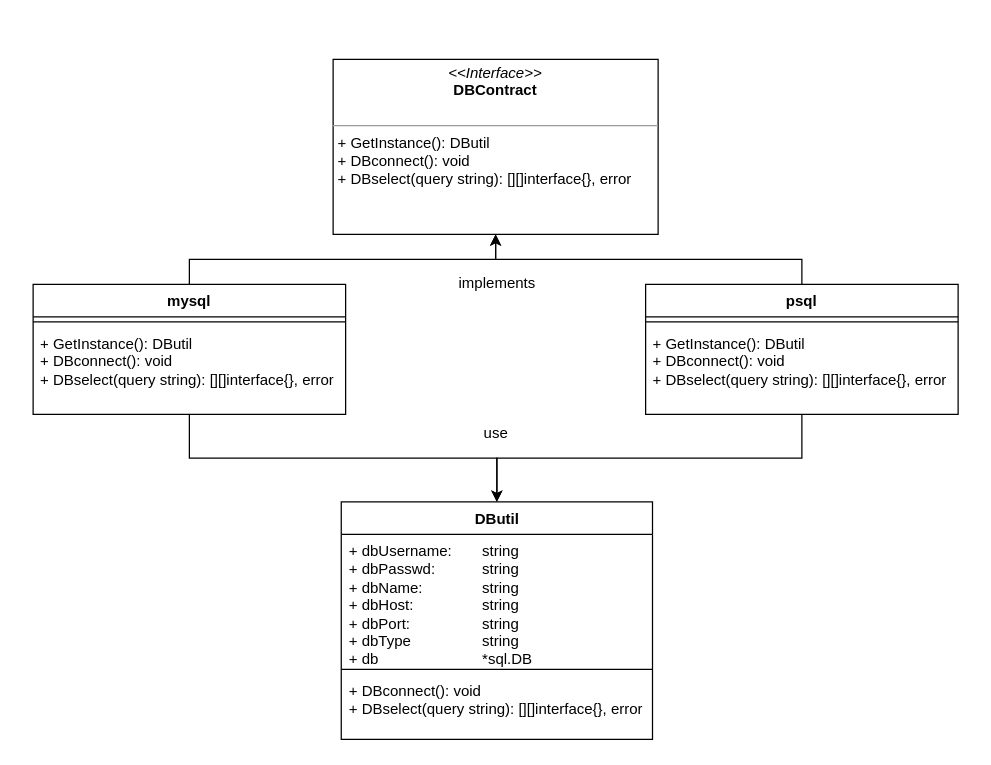
The draw.io diagram db-go.drawio in zukigit/design_structures, before the edit. Source tidied: cells renumbered, new cells numbered last; positions are measured from the earlier drawing's top-left corner, leaving out a move shared by most shapes. Both pictures are drawn from the tidied source at 125%, with x=0, y=0 at pixel (32, 59).
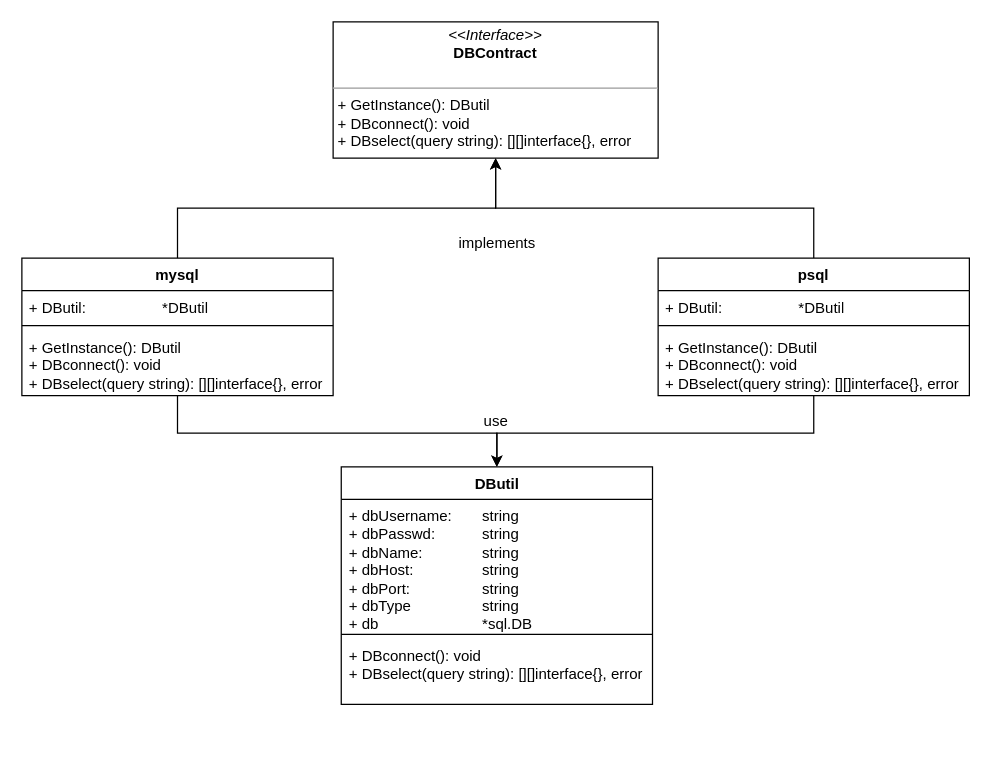
The same page after the edit.

The edit, as a diff of the source:
```diff
@@
-    <mxCell id="2" style="edgeStyle=orthogonalEdgeStyle;rounded=0;jettySize=auto;html=1;" parent="1" edge="1" source="4" target="7">
-      <mxGeometry relative="1" as="geometry" />
-    </mxCell>
-    <mxCell id="3" style="edgeStyle=orthogonalEdgeStyle;rounded=0;jettySize=auto;html=1;entryX=0.5;entryY=0;entryDx=0;entryDy=0;" parent="1" edge="1" source="4" target="14">
-      <mxGeometry relative="1" as="geometry" />
-    </mxCell>
-    <mxCell id="4" value="mysql" style="swimlane;fontStyle=1;align=center;verticalAlign=top;horizontal=1;startSize=26;whiteSpace=wrap;html=1;" parent="1" vertex="1">
-      <mxGeometry y="180" width="250" height="104" as="geometry" />
-    </mxCell>
-    <mxCell id="5" style="line;strokeWidth=1;fillColor=none;align=left;verticalAlign=middle;spacingTop=-1;spacingLeft=3;spacingRight=3;labelPosition=right;strokeColor=inherit;" parent="4" vertex="1">
-      <mxGeometry y="26" width="250" height="8" as="geometry" />
-    </mxCell>
-    <mxCell id="6" value="&lt;div&gt;+ GetInstance(): DButil&lt;/div&gt;&lt;div&gt;+ DBconnect(): void&lt;br&gt;+ DBselect(query string): [][]interface{}, error&lt;/div&gt;" style="text;strokeColor=none;fillColor=none;align=left;verticalAlign=top;spacingLeft=4;spacingRight=4;overflow=hidden;whiteSpace=wrap;html=1;" parent="4" vertex="1">
-      <mxGeometry y="34" width="250" height="70" as="geometry" />
-    </mxCell>
     <mxCell id="7" value="&lt;p style=&quot;margin:0px;margin-top:4px;text-align:center;&quot;&gt;&lt;i&gt;&amp;lt;&amp;lt;Interface&amp;gt;&amp;gt;&lt;/i&gt;&lt;br&gt;&lt;b&gt;DBContract&lt;/b&gt;&lt;/p&gt;&lt;br&gt;&lt;hr size=&quot;1&quot;&gt;&lt;p style=&quot;margin:0px;margin-left:4px;&quot;&gt;+ GetInstance(): DButil&lt;br&gt;&lt;/p&gt;&lt;p style=&quot;margin:0px;margin-left:4px;&quot;&gt;+ DBconnect(): void&lt;br&gt;+ DBselect(query string): [][]interface{}, error&lt;br&gt;&lt;/p&gt;" style="verticalAlign=top;align=left;overflow=fill;fontSize=12;fontFamily=Helvetica;html=1;whiteSpace=wrap;" parent="1" vertex="1">
-      <mxGeometry x="240" width="260" height="140" as="geometry" />
+      <mxGeometry x="240" y="-30" width="260" height="109" as="geometry" />
     </mxCell>
     <mxCell id="8" value="&lt;div&gt;implements&lt;/div&gt;&lt;div&gt;&lt;br&gt;&lt;/div&gt;" style="text;html=1;align=center;verticalAlign=middle;strokeColor=none;fillColor=none;" parent="1" vertex="1">
-      <mxGeometry x="331" y="166" width="80" height="40" as="geometry" />
+      <mxGeometry x="331" y="134" width="80" height="40" as="geometry" />
     </mxCell>
-    <mxCell id="9" style="edgeStyle=orthogonalEdgeStyle;rounded=0;jettySize=auto;html=1;" parent="1" edge="1" source="11" target="7">
-      <mxGeometry relative="1" as="geometry" />
-    </mxCell>
-    <mxCell id="10" style="edgeStyle=orthogonalEdgeStyle;rounded=0;jettySize=auto;html=1;entryX=0.5;entryY=0;entryDx=0;entryDy=0;" parent="1" edge="1" source="11" target="14">
-      <mxGeometry relative="1" as="geometry" />
-    </mxCell>
-    <mxCell id="11" value="psql" style="swimlane;fontStyle=1;align=center;verticalAlign=top;horizontal=1;startSize=26;whiteSpace=wrap;html=1;" parent="1" vertex="1">
-      <mxGeometry x="490" y="180" width="250" height="104" as="geometry" />
-    </mxCell>
-    <mxCell id="12" style="line;strokeWidth=1;fillColor=none;align=left;verticalAlign=middle;spacingTop=-1;spacingLeft=3;spacingRight=3;labelPosition=right;strokeColor=inherit;" parent="11" vertex="1">
-      <mxGeometry y="26" width="250" height="8" as="geometry" />
-    </mxCell>
-    <mxCell id="13" value="&lt;div&gt;+ GetInstance(): DButil&lt;/div&gt;&lt;div&gt;+ DBconnect(): void&lt;br&gt;+ DBselect(query string): [][]interface{}, error&lt;/div&gt;" style="text;strokeColor=none;fillColor=none;align=left;verticalAlign=top;spacingLeft=4;spacingRight=4;overflow=hidden;whiteSpace=wrap;html=1;" parent="11" vertex="1">
-      <mxGeometry y="34" width="250" height="70" as="geometry" />
-    </mxCell>
     <mxCell id="14" value="DButil" style="swimlane;fontStyle=1;align=center;verticalAlign=top;horizontal=1;startSize=26;whiteSpace=wrap;html=1;" parent="1" vertex="1">
-      <mxGeometry x="246.5" y="354" width="249" height="190" as="geometry" />
+      <mxGeometry x="246.5" y="326" width="249" height="190" as="geometry" />
     </mxCell>
@@
     <mxCell id="18" value="&lt;div&gt;use&lt;/div&gt;" style="text;html=1;align=center;verticalAlign=middle;strokeColor=none;fillColor=none;" parent="1" vertex="1">
-      <mxGeometry x="350" y="284" width="40" height="30" as="geometry" />
+      <mxGeometry x="350" y="275" width="40" height="30" as="geometry" />
     </mxCell>
+    <mxCell id="2" style="edgeStyle=orthogonalEdgeStyle;rounded=0;jettySize=auto;html=1;entryX=0.5;entryY=1;entryDx=0;entryDy=0;" parent="1" edge="1" source="4" target="7">
+      <mxGeometry relative="1" as="geometry" />
+    </mxCell>
+    <mxCell id="3" style="edgeStyle=orthogonalEdgeStyle;rounded=0;jettySize=auto;html=1;entryX=0.5;entryY=0;entryDx=0;entryDy=0;" parent="1" edge="1" source="4" target="14">
+      <mxGeometry relative="1" as="geometry">
+        <Array as="points">
+          <mxPoint x="116" y="299" />
+          <mxPoint x="371" y="299" />
+        </Array>
+      </mxGeometry>
+    </mxCell>
+    <mxCell id="4" value="mysql" style="swimlane;fontStyle=1;align=center;verticalAlign=top;horizontal=1;startSize=26;whiteSpace=wrap;html=1;" parent="1" vertex="1">
+      <mxGeometry x="-9" y="159" width="249" height="110" as="geometry" />
+    </mxCell>
+    <mxCell id="19" value="&lt;div&gt;+ DButil: &lt;span style=&quot;white-space: pre;&quot;&gt;&#9;&lt;/span&gt;&lt;span style=&quot;white-space: pre;&quot;&gt;&#9;&lt;/span&gt;&lt;span style=&quot;white-space: pre;&quot;&gt;&#9;&lt;/span&gt;*DButil&lt;br&gt;&lt;/div&gt;&lt;div&gt;&lt;br&gt;&lt;/div&gt;" style="text;strokeColor=none;fillColor=none;align=left;verticalAlign=top;spacingLeft=4;spacingRight=4;overflow=hidden;whiteSpace=wrap;html=1;" parent="4" vertex="1">
+      <mxGeometry y="26" width="249" height="24" as="geometry" />
+    </mxCell>
+    <mxCell id="20" style="line;strokeWidth=1;fillColor=none;align=left;verticalAlign=middle;spacingTop=-1;spacingLeft=3;spacingRight=3;labelPosition=right;strokeColor=inherit;" parent="4" vertex="1">
+      <mxGeometry y="50" width="249" height="8" as="geometry" />
+    </mxCell>
+    <mxCell id="21" value="&lt;div&gt;+ GetInstance(): DButil&lt;/div&gt;&lt;div&gt;+ DBconnect(): void&lt;br&gt;+ DBselect(query string): [][]interface{}, error&lt;/div&gt;" style="text;strokeColor=none;fillColor=none;align=left;verticalAlign=top;spacingLeft=4;spacingRight=4;overflow=hidden;whiteSpace=wrap;html=1;" parent="4" vertex="1">
+      <mxGeometry y="58" width="249" height="52" as="geometry" />
+    </mxCell>
+    <mxCell id="9" style="edgeStyle=orthogonalEdgeStyle;rounded=0;jettySize=auto;html=1;entryX=0.5;entryY=1;entryDx=0;entryDy=0;" parent="1" edge="1" source="11" target="7">
+      <mxGeometry relative="1" as="geometry" />
+    </mxCell>
+    <mxCell id="10" style="edgeStyle=orthogonalEdgeStyle;rounded=0;jettySize=auto;html=1;entryX=0.5;entryY=0;entryDx=0;entryDy=0;" parent="1" edge="1" source="11" target="14">
+      <mxGeometry relative="1" as="geometry">
+        <Array as="points">
+          <mxPoint x="625" y="299" />
+          <mxPoint x="371" y="299" />
+        </Array>
+      </mxGeometry>
+    </mxCell>
+    <mxCell id="11" value="&lt;div&gt;psql&lt;/div&gt;&lt;div&gt;&lt;br&gt;&lt;/div&gt;" style="swimlane;fontStyle=1;align=center;verticalAlign=top;horizontal=1;startSize=26;whiteSpace=wrap;html=1;" parent="1" vertex="1">
+      <mxGeometry x="500" y="159" width="249" height="110" as="geometry" />
+    </mxCell>
+    <mxCell id="22" value="&lt;div&gt;+ DButil: &lt;span style=&quot;white-space: pre;&quot;&gt;&#9;&lt;/span&gt;&lt;span style=&quot;white-space: pre;&quot;&gt;&#9;&lt;/span&gt;&lt;span style=&quot;white-space: pre;&quot;&gt;&#9;&lt;/span&gt;*DButil&lt;br&gt;&lt;/div&gt;&lt;div&gt;&lt;br&gt;&lt;/div&gt;" style="text;strokeColor=none;fillColor=none;align=left;verticalAlign=top;spacingLeft=4;spacingRight=4;overflow=hidden;whiteSpace=wrap;html=1;" parent="11" vertex="1">
+      <mxGeometry y="26" width="249" height="24" as="geometry" />
+    </mxCell>
+    <mxCell id="23" style="line;strokeWidth=1;fillColor=none;align=left;verticalAlign=middle;spacingTop=-1;spacingLeft=3;spacingRight=3;labelPosition=right;strokeColor=inherit;" parent="11" vertex="1">
+      <mxGeometry y="50" width="249" height="8" as="geometry" />
+    </mxCell>
+    <mxCell id="24" value="&lt;div&gt;+ GetInstance(): DButil&lt;/div&gt;&lt;div&gt;+ DBconnect(): void&lt;br&gt;+ DBselect(query string): [][]interface{}, error&lt;/div&gt;" style="text;strokeColor=none;fillColor=none;align=left;verticalAlign=top;spacingLeft=4;spacingRight=4;overflow=hidden;whiteSpace=wrap;html=1;" parent="11" vertex="1">
+      <mxGeometry y="58" width="249" height="52" as="geometry" />
+    </mxCell>
```
